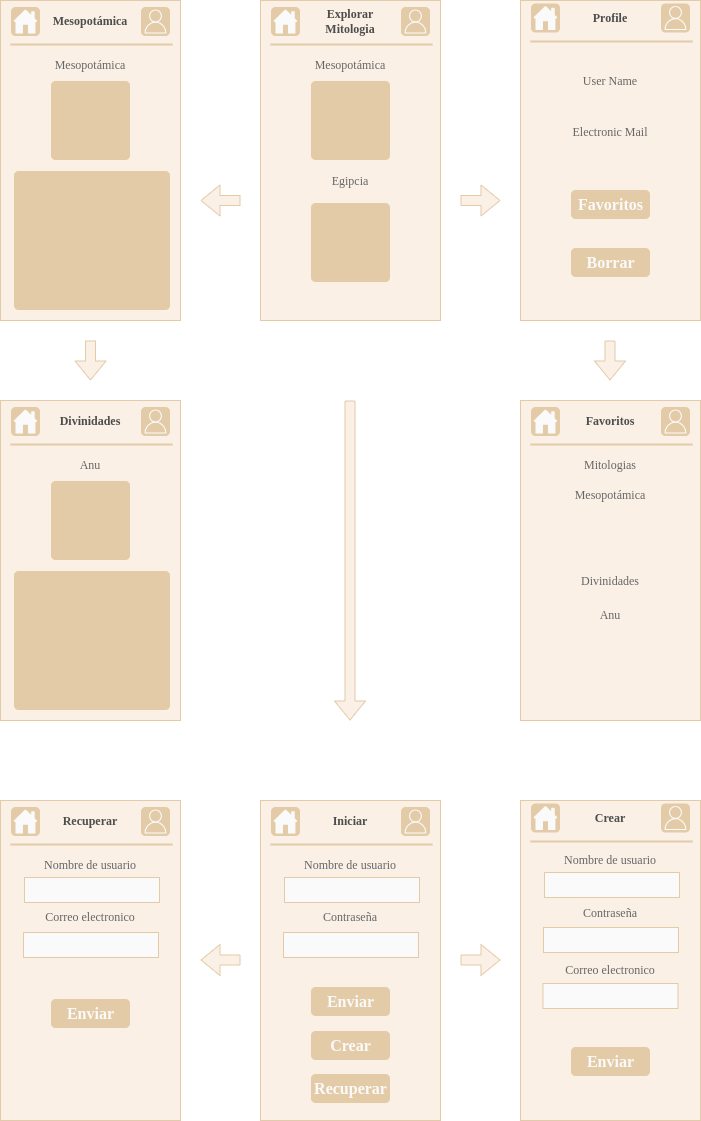
Above: images/mookups.drawio.png in alexfdb/mythology-explorer (draw.io), before the change. Source tidied: cells renumbered, new cells last; positions are measured from the earlier drawing's top-left corner, leaving out a move shared by most shapes.
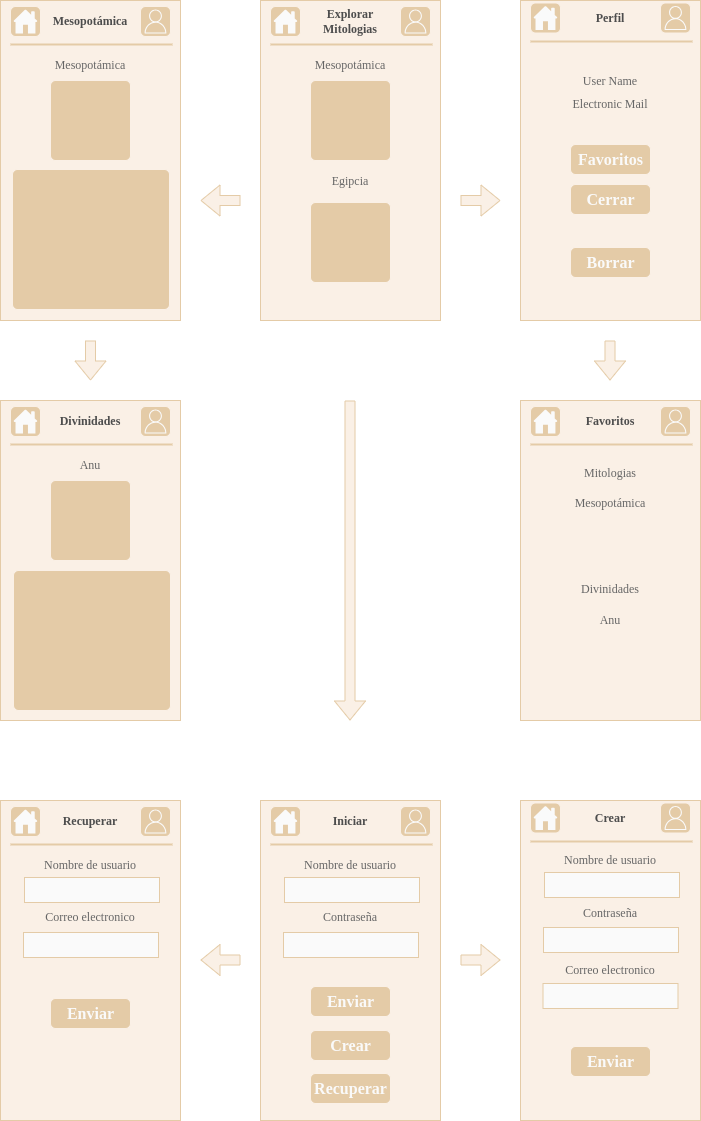
After the change.

Commit message:
Se actualizan los mookups #5

The edit, as a diff of the source:
```diff
@@ -204,7 +204,7 @@
     <mxCell id="55" style="sketch=0;fontColor=#232F3E;gradientColor=none;fillColor=#FAFAFA;strokeColor=none;dashed=0;verticalLabelPosition=bottom;verticalAlign=top;align=center;html=1;fontSize=12;fontStyle=0;shape=mxgraph.aws4.user;rounded=1;fontFamily=Verdana;" parent="47" vertex="1">
       <mxGeometry x="143" y="9" width="24" height="24" as="geometry" />
     </mxCell>
-    <mxCell id="56" value="Explorar&lt;div&gt;Mitologia&lt;/div&gt;" style="text;html=1;align=center;verticalAlign=middle;whiteSpace=wrap;rounded=0;fontColor=#4D4D4D;fontSize=12;fontStyle=1;fontFamily=Verdana;" parent="47" vertex="1">
+    <mxCell id="56" value="Explorar&lt;div&gt;Mitologias&lt;/div&gt;" style="text;html=1;align=center;verticalAlign=middle;whiteSpace=wrap;rounded=0;fontColor=#4D4D4D;fontSize=12;fontStyle=1;fontFamily=Verdana;" parent="47" vertex="1">
       <mxGeometry x="20" y="3.5" width="140" height="35" as="geometry" />
     </mxCell>
     <mxCell id="57" style="strokeWidth=1;shadow=0;dashed=0;align=center;html=1;shape=mxgraph.mockup.forms.rrect;rSize=5;strokeColor=#FAF0E6;fontColor=#FAFAFA;fillColor=#E4CBA7;fontSize=16;fontStyle=1;rounded=1;fontFamily=Verdana;" parent="47" vertex="1">
@@ -254,7 +254,7 @@
       <mxGeometry x="50" y="80" width="80" height="80" as="geometry" />
     </mxCell>
     <mxCell id="70" style="strokeWidth=1;shadow=0;dashed=0;align=center;html=1;shape=mxgraph.mockup.forms.rrect;rSize=5;strokeColor=#FAF0E6;fontColor=#FAFAFA;fillColor=#E4CBA7;fontSize=16;fontStyle=1;rounded=1;fontFamily=Verdana;" parent="60" vertex="1">
-      <mxGeometry x="13" y="170" width="157" height="140" as="geometry" />
+      <mxGeometry x="12" y="169" width="157" height="140" as="geometry" />
     </mxCell>
     <mxCell id="71" style="shape=flexArrow;endArrow=classic;html=1;rounded=1;labelBackgroundColor=#FAF0E6;fillColor=#FAF0E6;strokeColor=#E4CBA7;fontFamily=Verdana;" parent="1" edge="1">
       <mxGeometry relative="1" as="geometry">
@@ -281,14 +281,11 @@
         <mxPoint x="10" y="-70" as="offset" />
       </mxGeometry>
     </mxCell>
-    <mxCell id="76" value="Favoritos" style="strokeWidth=1;shadow=0;dashed=0;align=center;html=1;shape=mxgraph.mockup.forms.rrect;rSize=5;strokeColor=#FAF0E6;fontColor=#FAFAFA;fillColor=#E4CBA7;fontSize=16;fontStyle=1;rounded=1;fontFamily=Verdana;" parent="73" vertex="1">
+    <mxCell id="76" value="Cerrar" style="strokeWidth=1;shadow=0;dashed=0;align=center;html=1;shape=mxgraph.mockup.forms.rrect;rSize=5;strokeColor=#FAF0E6;fontColor=#FAFAFA;fillColor=#E4CBA7;fontSize=16;fontStyle=1;rounded=1;fontFamily=Verdana;" parent="73" vertex="1">
       <mxGeometry y="1" width="80" height="30" relative="1" as="geometry">
-        <mxPoint x="50" y="-131" as="offset" />
+        <mxPoint x="50" y="-136" as="offset" />
       </mxGeometry>
     </mxCell>
-    <mxCell id="77" value="Electronic Mail" style="text;html=1;align=center;verticalAlign=middle;whiteSpace=wrap;rounded=0;fontColor=#666666;fontFamily=Verdana;" parent="73" vertex="1">
-      <mxGeometry x="20" y="127" width="140" height="10" as="geometry" />
-    </mxCell>
     <mxCell id="78" style="strokeWidth=1;shadow=0;dashed=0;align=center;html=1;shape=mxgraph.mockup.forms.rrect;rSize=5;strokeColor=#FAF0E6;fontColor=#FAFAFA;fillColor=#E4CBA7;fontSize=16;fontStyle=1;rounded=1;fontFamily=Verdana;" parent="73" vertex="1">
       <mxGeometry x="10" y="2.5" width="30" height="30" as="geometry" />
     </mxCell>
@@ -301,12 +298,15 @@
     <mxCell id="81" style="sketch=0;fontColor=#232F3E;gradientColor=none;fillColor=#FAFAFA;strokeColor=none;dashed=0;verticalLabelPosition=bottom;verticalAlign=top;align=center;html=1;fontSize=12;fontStyle=0;shape=mxgraph.aws4.user;rounded=1;fontFamily=Verdana;" parent="73" vertex="1">
       <mxGeometry x="143" y="5.5" width="24" height="24" as="geometry" />
     </mxCell>
-    <mxCell id="82" value="Profile" style="text;html=1;align=center;verticalAlign=middle;whiteSpace=wrap;rounded=0;fontColor=#4D4D4D;fontSize=12;fontStyle=1;fontFamily=Verdana;" parent="73" vertex="1">
+    <mxCell id="82" value="Perfil" style="text;html=1;align=center;verticalAlign=middle;whiteSpace=wrap;rounded=0;fontColor=#4D4D4D;fontSize=12;fontStyle=1;fontFamily=Verdana;" parent="73" vertex="1">
       <mxGeometry x="20" width="140" height="35" as="geometry" />
     </mxCell>
     <mxCell id="83" value="Borrar" style="strokeWidth=1;shadow=0;dashed=0;align=center;html=1;shape=mxgraph.mockup.forms.rrect;rSize=5;strokeColor=#FAF0E6;fontColor=#FAFAFA;fillColor=#E4CBA7;fontSize=16;fontStyle=1;rounded=1;fontFamily=Verdana;" parent="73" vertex="1">
       <mxGeometry x="50" y="247" width="80" height="30" as="geometry" />
     </mxCell>
+    <mxCell id="110" value="Favoritos" style="strokeWidth=1;shadow=0;dashed=0;align=center;html=1;shape=mxgraph.mockup.forms.rrect;rSize=5;strokeColor=#FAF0E6;fontColor=#FAFAFA;fillColor=#E4CBA7;fontSize=16;fontStyle=1;rounded=1;fontFamily=Verdana;" parent="73" vertex="1">
+      <mxGeometry x="50" y="144" width="80" height="30" as="geometry" />
+    </mxCell>
     <mxCell id="84" style="shape=flexArrow;endArrow=classic;html=1;rounded=1;labelBackgroundColor=#FAF0E6;fillColor=#FAF0E6;strokeColor=#E4CBA7;fontFamily=Verdana;" parent="1" edge="1">
       <mxGeometry relative="1" as="geometry">
         <mxPoint x="90" y="340" as="sourcePoint" />
@@ -370,10 +370,10 @@
       </mxGeometry>
     </mxCell>
     <mxCell id="100" value="Mitologias" style="text;html=1;align=center;verticalAlign=middle;whiteSpace=wrap;rounded=0;fontColor=#666666;fontFamily=Verdana;" parent="97" vertex="1">
-      <mxGeometry x="55" y="60" width="70" height="10" as="geometry" />
+      <mxGeometry x="55" y="68" width="70" height="10" as="geometry" />
     </mxCell>
     <mxCell id="101" value="Divinidades" style="text;html=1;align=center;verticalAlign=middle;whiteSpace=wrap;rounded=0;fontColor=#666666;fontFamily=Verdana;" parent="97" vertex="1">
-      <mxGeometry x="55" y="176" width="70" height="10" as="geometry" />
+      <mxGeometry x="55" y="184" width="70" height="10" as="geometry" />
     </mxCell>
     <mxCell id="102" style="strokeWidth=1;shadow=0;dashed=0;align=center;html=1;shape=mxgraph.mockup.forms.rrect;rSize=5;strokeColor=#FAF0E6;fontColor=#FAFAFA;fillColor=#E4CBA7;fontSize=16;fontStyle=1;rounded=1;fontFamily=Verdana;" parent="97" vertex="1">
       <mxGeometry x="10" y="6" width="30" height="30" as="geometry" />
@@ -391,13 +391,16 @@
       <mxGeometry x="20" y="3.5" width="140" height="35" as="geometry" />
     </mxCell>
     <mxCell id="107" value="Anu" style="text;html=1;align=center;verticalAlign=middle;whiteSpace=wrap;rounded=0;fontColor=#666666;fontFamily=Verdana;" parent="97" vertex="1">
-      <mxGeometry x="55" y="210" width="70" height="10" as="geometry" />
+      <mxGeometry x="55" y="215" width="70" height="10" as="geometry" />
     </mxCell>
     <mxCell id="108" value="Mesopotámica" style="text;html=1;align=center;verticalAlign=middle;whiteSpace=wrap;rounded=0;fontColor=#666666;fontFamily=Verdana;" parent="97" vertex="1">
-      <mxGeometry x="55" y="90" width="70" height="10" as="geometry" />
+      <mxGeometry x="55" y="98" width="70" height="10" as="geometry" />
     </mxCell>
     <mxCell id="109" value="User Name" style="text;html=1;align=center;verticalAlign=middle;whiteSpace=wrap;rounded=0;fontColor=#666666;fontFamily=Verdana;" parent="1" vertex="1">
       <mxGeometry x="575" y="76" width="70" height="10" as="geometry" />
     </mxCell>
+    <mxCell id="77" value="Electronic Mail" style="text;html=1;align=center;verticalAlign=middle;whiteSpace=wrap;rounded=0;fontColor=#666666;fontFamily=Verdana;" parent="1" vertex="1">
+      <mxGeometry x="540" y="99" width="140" height="10" as="geometry" />
+    </mxCell>
   </root>
 </mxGraphModel>
```
